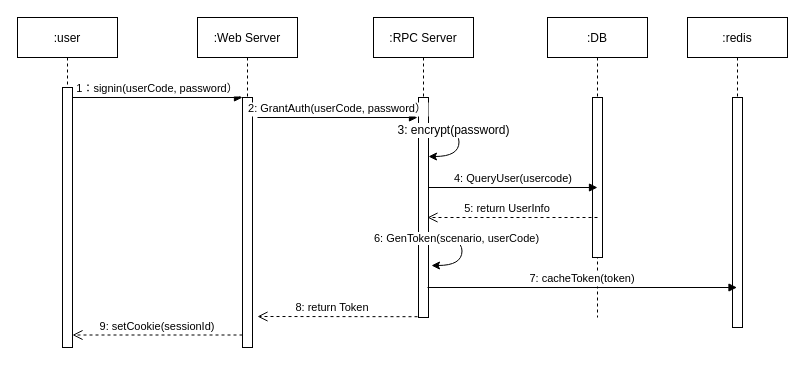
Above: 时序图.drawio in DonnieLe/DonnieLe.github.io (draw.io), before the change. Source tidied: cells renumbered, new cells numbered last; positions are measured from the earlier drawing's top-left corner, leaving out a move shared by most shapes. Both pictures are drawn from the tidied source at 100%, with x=0, y=0 at pixel (17, 17).
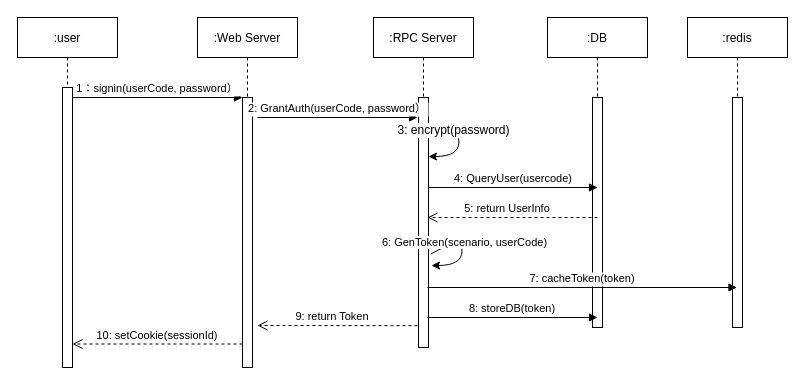
Above is the later version.

What changed in the source:
```diff
@@
     <mxCell id="2" value=":user" style="shape=umlLifeline;perimeter=lifelinePerimeter;rounded=0;shadow=0;strokeWidth=1;" parent="1" vertex="1">
-      <mxGeometry width="100" height="330" as="geometry" />
+      <mxGeometry width="100" height="350" as="geometry" />
     </mxCell>
     <mxCell id="3" style="points=[];perimeter=orthogonalPerimeter;rounded=0;shadow=0;strokeWidth=1;" parent="2" vertex="1">
-      <mxGeometry x="45" y="70" width="10" height="260" as="geometry" />
+      <mxGeometry x="45" y="70" width="10" height="280" as="geometry" />
     </mxCell>
     <mxCell id="4" value=":Web Server" style="shape=umlLifeline;perimeter=lifelinePerimeter;rounded=0;shadow=0;strokeWidth=1;" parent="1" vertex="1">
-      <mxGeometry x="180" width="100" height="330" as="geometry" />
+      <mxGeometry x="180" width="100" height="350" as="geometry" />
     </mxCell>
     <mxCell id="5" style="points=[];perimeter=orthogonalPerimeter;rounded=0;shadow=0;strokeWidth=1;" parent="4" vertex="1">
-      <mxGeometry x="45" y="80" width="10" height="250" as="geometry" />
+      <mxGeometry x="45" y="80" width="10" height="270" as="geometry" />
     </mxCell>
-    <mxCell id="6" value="9: setCookie(sessionId)" style="verticalAlign=bottom;endArrow=open;dashed=1;endSize=8;exitX=0;exitY=0.95;shadow=0;strokeWidth=1;" parent="1" edge="1" source="5" target="3">
-      <mxGeometry relative="1" as="geometry" />
+    <mxCell id="6" value="10: setCookie(sessionId)" style="verticalAlign=bottom;endArrow=open;dashed=1;endSize=8;exitX=0;exitY=0.95;shadow=0;strokeWidth=1;" parent="1" edge="1">
+      <mxGeometry relative="1" as="geometry">
+        <mxPoint x="225" y="326.5" as="sourcePoint" />
+        <mxPoint x="55" y="326.5" as="targetPoint" />
+      </mxGeometry>
     </mxCell>
@@
     <mxCell id="8" value=":RPC Server" style="shape=umlLifeline;perimeter=lifelinePerimeter;rounded=0;shadow=0;strokeWidth=1;" parent="1" vertex="1">
-      <mxGeometry x="356" width="100" height="300" as="geometry" />
+      <mxGeometry x="356" width="100" height="330" as="geometry" />
     </mxCell>
     <mxCell id="9" style="points=[];perimeter=orthogonalPerimeter;rounded=0;shadow=0;strokeWidth=1;" parent="8" vertex="1">
-      <mxGeometry x="45" y="80" width="10" height="220" as="geometry" />
+      <mxGeometry x="45" y="80" width="10" height="250" as="geometry" />
     </mxCell>
@@
     <mxCell id="13" value=":DB" style="shape=umlLifeline;perimeter=lifelinePerimeter;rounded=0;shadow=0;strokeWidth=1;" parent="1" vertex="1">
-      <mxGeometry x="530" width="100" height="300" as="geometry" />
+      <mxGeometry x="530" width="100" height="310" as="geometry" />
     </mxCell>
     <mxCell id="14" style="perimeter=orthogonalPerimeter;rounded=0;shadow=0;strokeWidth=1;" parent="13" vertex="1">
-      <mxGeometry x="45" y="80" width="10" height="160" as="geometry" />
+      <mxGeometry x="45" y="80" width="10" height="230" as="geometry" />
     </mxCell>
@@
-    <mxCell id="22" value="8: return Token" style="verticalAlign=bottom;endArrow=open;dashed=1;endSize=8;exitX=0;exitY=0.95;shadow=0;strokeWidth=1;" parent="1" edge="1">
+    <mxCell id="22" value="9: return Token" style="verticalAlign=bottom;endArrow=open;dashed=1;endSize=8;exitX=0;exitY=0.95;shadow=0;strokeWidth=1;" parent="1" edge="1">
       <mxGeometry x="0.06" relative="1" as="geometry">
-        <mxPoint x="400" y="299.2" as="sourcePoint" />
-        <mxPoint x="240" y="299" as="targetPoint" />
+        <mxPoint x="400" y="308.2" as="sourcePoint" />
+        <mxPoint x="240" y="308" as="targetPoint" />
       </mxGeometry>
     </mxCell>
+    <mxCell id="23" value="8: storeDB(token)" style="verticalAlign=bottom;endArrow=block;shadow=0;strokeWidth=1;" parent="1" edge="1">
+      <mxGeometry relative="1" as="geometry">
+        <mxPoint x="410" y="300" as="sourcePoint" />
+        <mxPoint x="580" y="300" as="targetPoint" />
+      </mxGeometry>
+    </mxCell>
```
